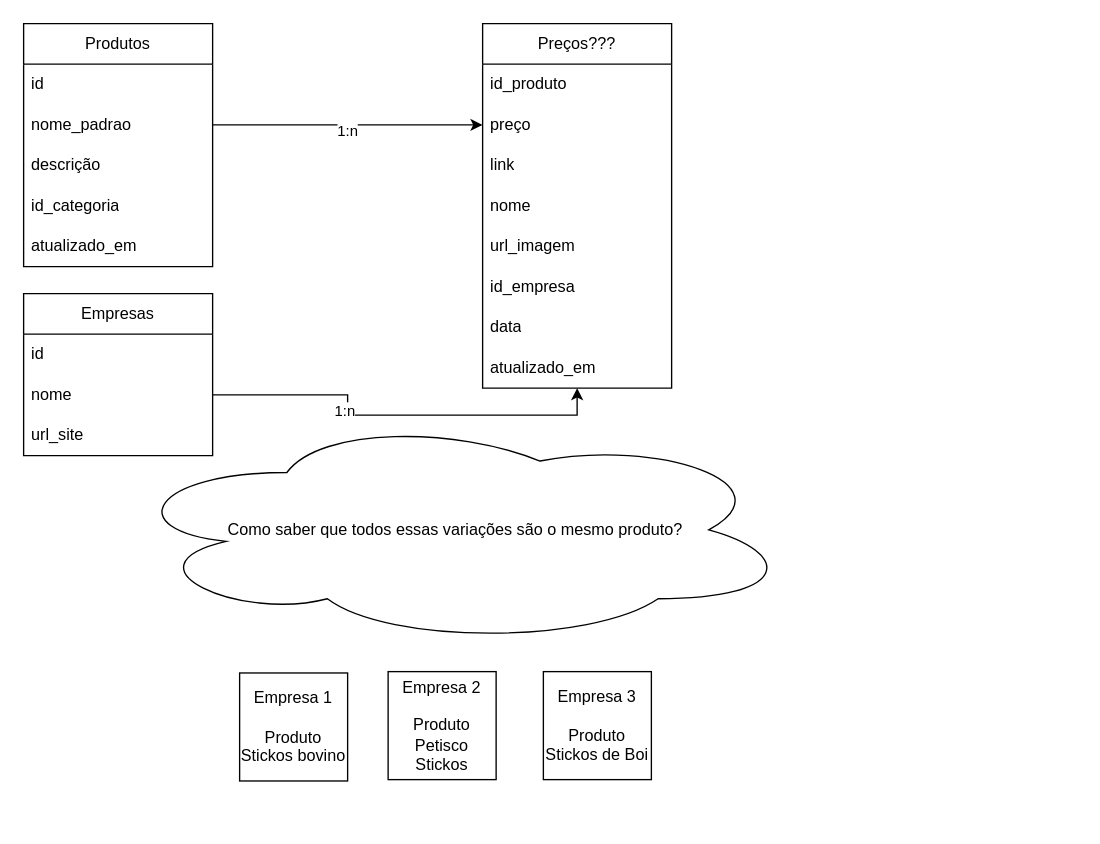
This is pet-promos.drawio from epicurus-tech/pet-promos-back, a draw.io file, before an edit. Source tidied: cells renumbered, new cells numbered last; positions are measured from the earlier drawing's top-left corner, leaving out a move shared by most shapes. Both pictures are drawn from the tidied source at 135%, with x=0, y=0 at pixel (23, 23).
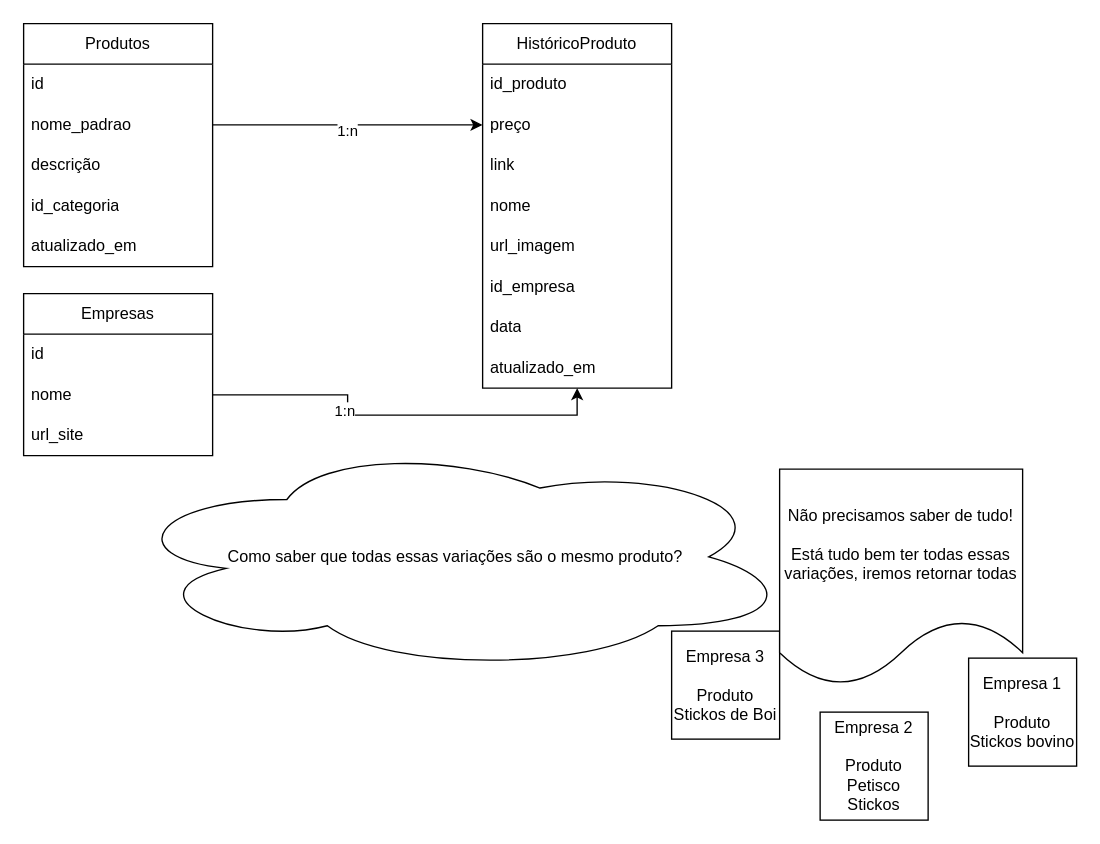
Above is the later version.

Commit message:
answer some questions

What changed in the source:
```diff
@@
-    <mxCell id="8" value="Preços???" style="swimlane;fontStyle=0;horizontal=1;startSize=30;whiteSpace=wrap;html=1;" parent="1" vertex="1">
+    <mxCell id="8" value="HistóricoProduto" style="swimlane;fontStyle=0;horizontal=1;startSize=30;whiteSpace=wrap;html=1;" parent="1" vertex="1">
       <mxGeometry x="340" width="140" height="270" as="geometry" />
     </mxCell>
@@
     <mxCell id="25" value="&lt;div&gt;Empresa 1&lt;/div&gt;&lt;div&gt;&lt;br&gt;&lt;/div&gt;&lt;div&gt;Produto Stickos bovino&lt;br&gt;&lt;/div&gt;" style="whiteSpace=wrap;html=1;" parent="1" vertex="1">
-      <mxGeometry x="160" y="481" width="80" height="80" as="geometry" />
+      <mxGeometry x="700" y="470" width="80" height="80" as="geometry" />
     </mxCell>
     <mxCell id="26" value="&lt;div&gt;Empresa 2&lt;/div&gt;&lt;div&gt;&lt;br&gt;&lt;/div&gt;&lt;div&gt;Produto&lt;/div&gt;&lt;div&gt;Petisco Stickos&lt;br&gt;&lt;/div&gt;" style="whiteSpace=wrap;html=1;" parent="1" vertex="1">
-      <mxGeometry x="270" y="480" width="80" height="80" as="geometry" />
+      <mxGeometry x="590" y="510" width="80" height="80" as="geometry" />
     </mxCell>
     <mxCell id="27" value="&lt;div&gt;Empresa 3&lt;br&gt;&lt;/div&gt;&lt;div&gt;&lt;br&gt;&lt;/div&gt;&lt;div&gt;Produto&lt;/div&gt;&lt;div&gt;Stickos de Boi&lt;br&gt;&lt;/div&gt;" style="whiteSpace=wrap;html=1;" parent="1" vertex="1">
-      <mxGeometry x="385" y="480" width="80" height="80" as="geometry" />
+      <mxGeometry x="480" y="450" width="80" height="80" as="geometry" />
     </mxCell>
-    <mxCell id="28" value="Como saber que todos essas variações são o mesmo produto?" style="ellipse;shape=cloud;whiteSpace=wrap;html=1;" parent="1" vertex="1">
-      <mxGeometry x="70" y="290" width="500" height="170" as="geometry" />
+    <mxCell id="28" value="Como saber que todas essas variações são o mesmo produto?" style="ellipse;shape=cloud;whiteSpace=wrap;html=1;" parent="1" vertex="1">
+      <mxGeometry x="70" y="310" width="500" height="170" as="geometry" />
     </mxCell>
+    <mxCell id="29" value="Não precisamos saber de tudo!&lt;br&gt;&lt;br&gt;Está tudo bem ter todas essas variações, iremos retornar todas" style="shape=document;whiteSpace=wrap;html=1;boundedLbl=1;" parent="1" vertex="1">
+      <mxGeometry x="560" y="330" width="180" height="160" as="geometry" />
+    </mxCell>
```
